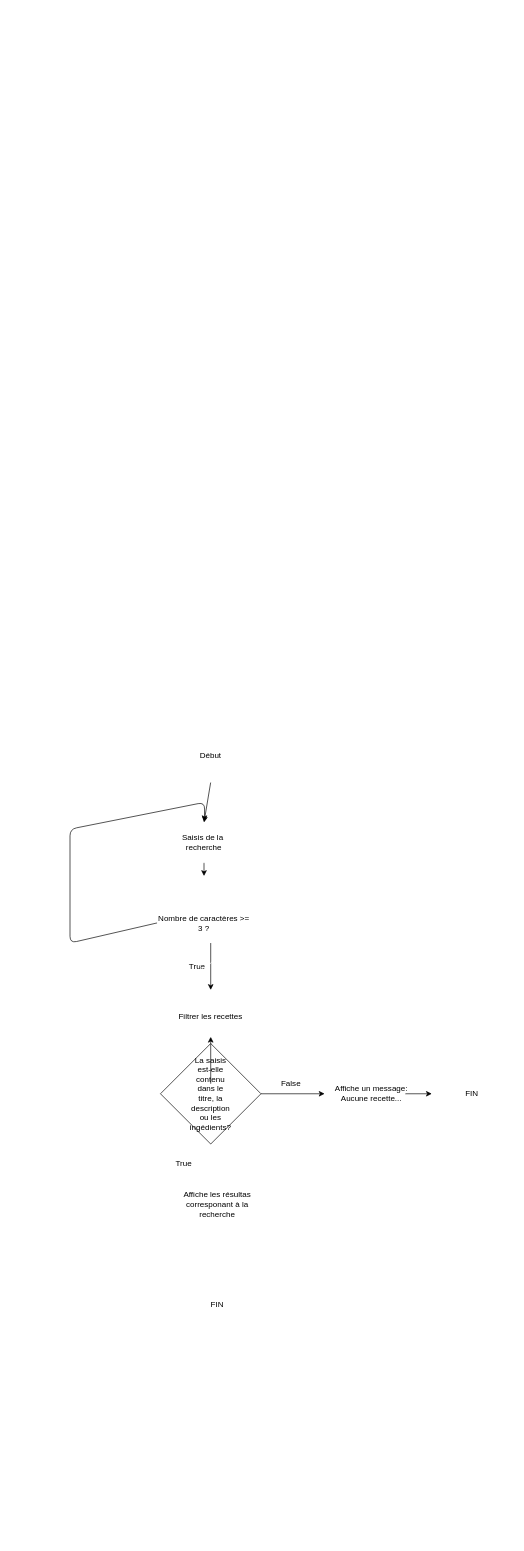
This is page "Annexe-fonctionnalité" (1 of 2) of classes.drawio from Emmanuel97423/les-petits-plats, a draw.io file, before an edit. Source tidied: cells renumbered, new cells numbered last; positions are measured from the earlier drawing's top-left corner, leaving out a move shared by most shapes. Both pictures are drawn from the tidied source at 67%, with x=0, y=0 at pixel (70, 728).
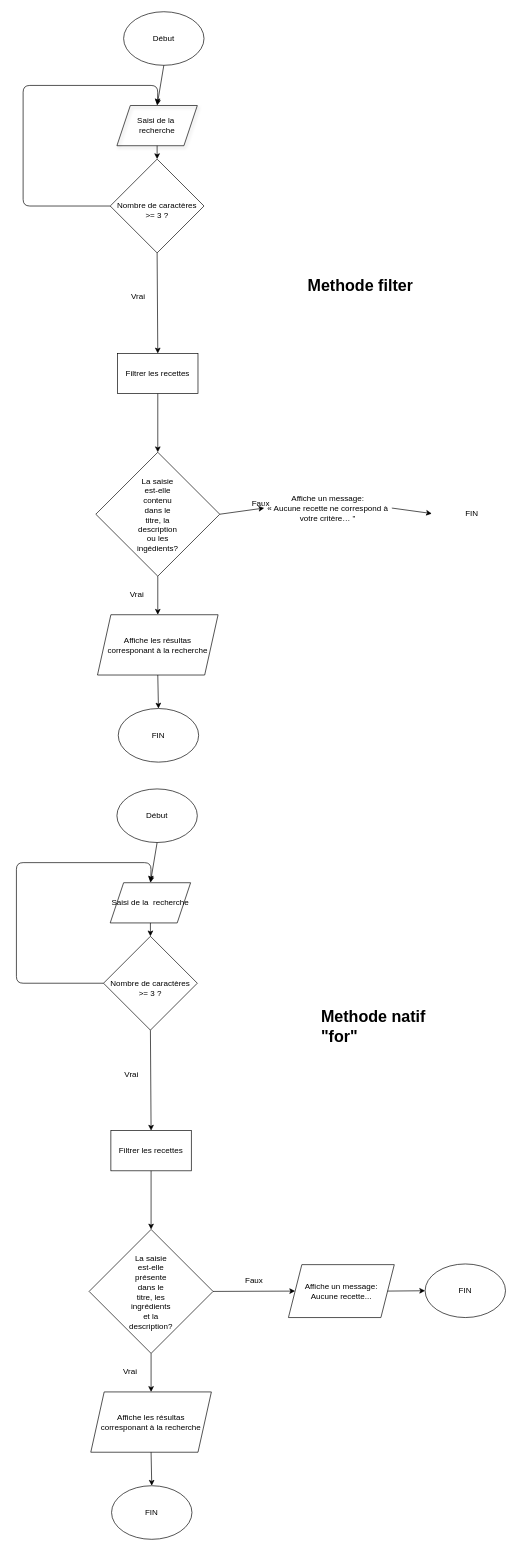
The same page after the edit.

What changed in the source:
```diff
@@
-    <mxCell id="2" style="edgeStyle=none;html=1;exitX=0.5;exitY=1;exitDx=0;exitDy=0;" parent="1" edge="1">
-      <mxGeometry relative="1" as="geometry">
-        <mxPoint x="210" y="320" as="sourcePoint" />
-        <mxPoint x="210" y="390" as="targetPoint" />
-      </mxGeometry>
-    </mxCell>
-    <mxCell id="3" style="edgeStyle=none;html=1;" parent="1" edge="1" source="4">
-      <mxGeometry relative="1" as="geometry">
-        <mxPoint x="380" y="545" as="targetPoint" />
-      </mxGeometry>
-    </mxCell>
+    <mxCell id="22" style="edgeStyle=none;html=1;exitX=1;exitY=0.5;exitDx=0;exitDy=0;entryX=0;entryY=0.5;entryDx=0;entryDy=0;fontSize=12;" parent="1" edge="1" source="4" target="20">
+      <mxGeometry relative="1" as="geometry" />
+    </mxCell>
+    <mxCell id="23" style="edgeStyle=none;html=1;exitX=0.5;exitY=1;exitDx=0;exitDy=0;entryX=0.5;entryY=0;entryDx=0;entryDy=0;fontSize=12;" parent="1" edge="1" source="4" target="17">
+      <mxGeometry relative="1" as="geometry" />
+    </mxCell>
     <mxCell id="4" style="rhombus;whiteSpace=wrap;html=1;fillColor=none;" parent="1" vertex="1">
-      <mxGeometry x="135" y="470" width="150" height="150" as="geometry" />
+      <mxGeometry x="38.5" y="-412.5" width="185" height="185" as="geometry" />
     </mxCell>
-    <mxCell id="5" style="edgeStyle=none;html=1;" parent="1" edge="1" source="6" target="16">
-      <mxGeometry relative="1" as="geometry" />
-    </mxCell>
-    <mxCell id="6" value="La saisis est-elle contenu dans le titre, la description ou les ingédients?" style="text;html=1;strokeColor=none;fillColor=none;align=center;verticalAlign=middle;whiteSpace=wrap;rounded=0;" parent="1" vertex="1">
-      <mxGeometry x="180" y="530" width="60" height="30" as="geometry" />
+    <mxCell id="6" value="La saisie est-elle contenu dans le titre, la description ou les ingédients?" style="text;html=1;strokeColor=none;fillColor=none;align=center;verticalAlign=middle;whiteSpace=wrap;rounded=0;" parent="1" vertex="1">
+      <mxGeometry x="101" y="-334" width="60" height="30" as="geometry" />
     </mxCell>
-    <mxCell id="7" value="True" style="text;html=1;strokeColor=none;fillColor=none;align=center;verticalAlign=middle;whiteSpace=wrap;rounded=0;" parent="1" vertex="1">
-      <mxGeometry x="160" y="340" width="60" height="30" as="geometry" />
+    <mxCell id="7" value="Vrai" style="text;html=1;strokeColor=none;fillColor=none;align=center;verticalAlign=middle;whiteSpace=wrap;rounded=0;" parent="1" vertex="1">
+      <mxGeometry x="72" y="-659" width="60" height="30" as="geometry" />
     </mxCell>
-    <mxCell id="8" value="False" style="text;html=1;strokeColor=none;fillColor=none;align=center;verticalAlign=middle;whiteSpace=wrap;rounded=0;" parent="1" vertex="1">
-      <mxGeometry x="300" y="515" width="60" height="30" as="geometry" />
+    <mxCell id="8" value="Faux" style="text;html=1;strokeColor=none;fillColor=none;align=center;verticalAlign=middle;whiteSpace=wrap;rounded=0;" parent="1" vertex="1">
+      <mxGeometry x="255" y="-351" width="60" height="30" as="geometry" />
     </mxCell>
-    <mxCell id="9" value="True" style="text;html=1;strokeColor=none;fillColor=none;align=center;verticalAlign=middle;whiteSpace=wrap;rounded=0;" parent="1" vertex="1">
-      <mxGeometry x="140" y="635" width="60" height="30" as="geometry" />
+    <mxCell id="9" value="Vrai" style="text;html=1;strokeColor=none;fillColor=none;align=center;verticalAlign=middle;whiteSpace=wrap;rounded=0;" parent="1" vertex="1">
+      <mxGeometry x="70" y="-215" width="60" height="30" as="geometry" />
     </mxCell>
@@
-    <mxCell id="11" value="&lt;span&gt;Saisis de la&amp;nbsp; recherche&lt;/span&gt;" style="shape=parallelogram;perimeter=parallelogramPerimeter;whiteSpace=wrap;html=1;fixedSize=1;strokeColor=#FFFFFF;fillColor=none;" parent="1" vertex="1">
-      <mxGeometry x="140" y="140" width="120" height="60" as="geometry" />
+    <mxCell id="11" value="&lt;span&gt;Saisi de la&amp;nbsp; &lt;br&gt;recherche&lt;/span&gt;" style="shape=parallelogram;perimeter=parallelogramPerimeter;whiteSpace=wrap;html=1;fixedSize=1;strokeColor=#000000;fillColor=none;shadow=1;" parent="1" vertex="1">
+      <mxGeometry x="70" y="-930" width="120" height="60" as="geometry" />
     </mxCell>
     <mxCell id="12" style="edgeStyle=none;html=1;exitX=0;exitY=0.5;exitDx=0;exitDy=0;entryX=0.505;entryY=-0.031;entryDx=0;entryDy=0;entryPerimeter=0;" parent="1" edge="1" source="13" target="11">
       <mxGeometry relative="1" as="geometry">
         <Array as="points">
-          <mxPoint y="320" />
-          <mxPoint y="150" />
-          <mxPoint x="201" y="110" />
+          <mxPoint x="-70" y="-780" />
+          <mxPoint x="-70" y="-960" />
+          <mxPoint x="131" y="-960" />
         </Array>
       </mxGeometry>
     </mxCell>
+    <mxCell id="24" style="edgeStyle=none;html=1;exitX=0.5;exitY=1;exitDx=0;exitDy=0;fontSize=12;entryX=0.5;entryY=0;entryDx=0;entryDy=0;" parent="1" edge="1" source="13" target="16">
+      <mxGeometry relative="1" as="geometry" />
+    </mxCell>
-    <mxCell id="13" value="&lt;span&gt;Nombre de caractères &amp;gt;= 3 ?&lt;/span&gt;" style="rhombus;whiteSpace=wrap;html=1;strokeColor=#FFFFFF;fillColor=none;" parent="1" vertex="1">
-      <mxGeometry x="130" y="220" width="140" height="140" as="geometry" />
+    <mxCell id="13" value="&lt;span&gt;&lt;font style=&quot;font-size: 12px&quot;&gt;&lt;br&gt;Nombre de caractères &lt;br&gt;&amp;gt;= 3 ?&lt;/font&gt;&lt;/span&gt;" style="rhombus;whiteSpace=wrap;html=1;strokeColor=#000000;fillColor=none;" parent="1" vertex="1">
+      <mxGeometry x="60" y="-850" width="140" height="140" as="geometry" />
     </mxCell>
     <mxCell id="14" style="edgeStyle=none;html=1;exitX=0.5;exitY=1;exitDx=0;exitDy=0;" parent="1" edge="1" source="15" target="11">
       <mxGeometry relative="1" as="geometry">
         <Array as="points">
-          <mxPoint x="200" y="140" />
+          <mxPoint x="130" y="-930" />
         </Array>
       </mxGeometry>
     </mxCell>
-    <mxCell id="15" value="Début" style="ellipse;whiteSpace=wrap;html=1;strokeColor=#FFFFFF;fillColor=none;" parent="1" vertex="1">
-      <mxGeometry x="150" width="120" height="80" as="geometry" />
+    <mxCell id="15" value="Début" style="ellipse;whiteSpace=wrap;html=1;strokeColor=#000000;fillColor=none;" parent="1" vertex="1">
+      <mxGeometry x="80" y="-1070" width="120" height="80" as="geometry" />
     </mxCell>
+    <mxCell id="25" style="edgeStyle=none;html=1;exitX=0.5;exitY=1;exitDx=0;exitDy=0;fontSize=12;" parent="1" edge="1" source="16" target="4">
+      <mxGeometry relative="1" as="geometry" />
+    </mxCell>
-    <mxCell id="16" value="Filtrer les recettes" style="rounded=0;whiteSpace=wrap;html=1;strokeColor=#FFFFFF;fillColor=none;" parent="1" vertex="1">
-      <mxGeometry x="150" y="400" width="120" height="60" as="geometry" />
+    <mxCell id="16" value="Filtrer les recettes" style="rounded=0;whiteSpace=wrap;html=1;strokeColor=#000000;fillColor=none;" parent="1" vertex="1">
+      <mxGeometry x="71" y="-560" width="120" height="60" as="geometry" />
     </mxCell>
+    <mxCell id="26" style="edgeStyle=none;html=1;exitX=0.5;exitY=1;exitDx=0;exitDy=0;entryX=0.5;entryY=0;entryDx=0;entryDy=0;fontSize=12;" parent="1" edge="1" source="17" target="18">
+      <mxGeometry relative="1" as="geometry" />
+    </mxCell>
-    <mxCell id="17" value="Affiche les résultas corresponant à la recherche" style="shape=parallelogram;perimeter=parallelogramPerimeter;whiteSpace=wrap;html=1;fixedSize=1;strokeColor=#FFFFFF;fillColor=none;" parent="1" vertex="1">
-      <mxGeometry x="160" y="680" width="120" height="60" as="geometry" />
+    <mxCell id="17" value="Affiche les résultas &lt;br&gt;corresponant à la recherche" style="shape=parallelogram;perimeter=parallelogramPerimeter;whiteSpace=wrap;html=1;fixedSize=1;strokeColor=#000000;fillColor=none;" parent="1" vertex="1">
+      <mxGeometry x="41" y="-170" width="180" height="90" as="geometry" />
     </mxCell>
-    <mxCell id="18" value="FIN" style="ellipse;whiteSpace=wrap;html=1;strokeColor=#FFFFFF;fillColor=none;" parent="1" vertex="1">
-      <mxGeometry x="160" y="820" width="120" height="80" as="geometry" />
+    <mxCell id="18" value="FIN" style="ellipse;whiteSpace=wrap;html=1;strokeColor=#000000;fillColor=none;" parent="1" vertex="1">
+      <mxGeometry x="72" y="-30" width="120" height="80" as="geometry" />
     </mxCell>
@@
-    <mxCell id="20" value="Affiche un message:&lt;br&gt;Aucune recette..." style="shape=parallelogram;perimeter=parallelogramPerimeter;whiteSpace=wrap;html=1;fixedSize=1;strokeColor=#FFFFFF;fillColor=none;" parent="1" vertex="1">
-      <mxGeometry x="390" y="515" width="120" height="60" as="geometry" />
+    <mxCell id="20" value="Affiche un message:&lt;br&gt;« Aucune recette ne correspond à votre critère… &quot;" style="shape=parallelogram;perimeter=parallelogramPerimeter;whiteSpace=wrap;html=1;fixedSize=1;strokeColor=#FFFFFF;fillColor=none;" parent="1" vertex="1">
+      <mxGeometry x="280" y="-377.5" width="210" height="96.5" as="geometry" />
     </mxCell>
     <mxCell id="21" value="FIN" style="ellipse;whiteSpace=wrap;html=1;strokeColor=#FFFFFF;fillColor=none;" parent="1" vertex="1">
-      <mxGeometry x="540" y="505" width="120" height="80" as="geometry" />
+      <mxGeometry x="540" y="-361" width="120" height="80" as="geometry" />
     </mxCell>
+    <mxCell id="27" style="edgeStyle=none;html=1;exitX=1;exitY=0.5;exitDx=0;exitDy=0;entryX=0;entryY=0.5;entryDx=0;entryDy=0;fontSize=12;" parent="1" edge="1" source="29" target="47">
+      <mxGeometry relative="1" as="geometry" />
+    </mxCell>
+    <mxCell id="28" style="edgeStyle=none;html=1;exitX=0.5;exitY=1;exitDx=0;exitDy=0;entryX=0.5;entryY=0;entryDx=0;entryDy=0;fontSize=12;" parent="1" edge="1" source="29" target="44">
+      <mxGeometry relative="1" as="geometry" />
+    </mxCell>
+    <mxCell id="29" style="rhombus;whiteSpace=wrap;html=1;fillColor=none;strokeColor=#000000;" parent="1" vertex="1">
+      <mxGeometry x="28.5" y="747.5" width="185" height="185" as="geometry" />
+    </mxCell>
+    <mxCell id="30" value="La saisie est-elle présente dans le titre, les ingrédients et la description?" style="text;html=1;strokeColor=none;fillColor=none;align=center;verticalAlign=middle;whiteSpace=wrap;rounded=0;" parent="1" vertex="1">
+      <mxGeometry x="91" y="826" width="60" height="30" as="geometry" />
+    </mxCell>
+    <mxCell id="31" value="Vrai" style="text;html=1;strokeColor=none;fillColor=none;align=center;verticalAlign=middle;whiteSpace=wrap;rounded=0;" parent="1" vertex="1">
+      <mxGeometry x="62" y="501" width="60" height="30" as="geometry" />
+    </mxCell>
+    <mxCell id="32" value="Faux" style="text;html=1;strokeColor=none;fillColor=none;align=center;verticalAlign=middle;whiteSpace=wrap;rounded=0;" parent="1" vertex="1">
+      <mxGeometry x="245" y="809" width="60" height="30" as="geometry" />
+    </mxCell>
+    <mxCell id="33" value="Vrai" style="text;html=1;strokeColor=none;fillColor=none;align=center;verticalAlign=middle;whiteSpace=wrap;rounded=0;" parent="1" vertex="1">
+      <mxGeometry x="60" y="945" width="60" height="30" as="geometry" />
+    </mxCell>
+    <mxCell id="34" style="edgeStyle=none;html=1;exitX=0.5;exitY=1;exitDx=0;exitDy=0;" parent="1" edge="1" source="35" target="38">
+      <mxGeometry relative="1" as="geometry" />
+    </mxCell>
+    <mxCell id="35" value="&lt;span&gt;Saisi de la&amp;nbsp; recherche&lt;/span&gt;" style="shape=parallelogram;perimeter=parallelogramPerimeter;whiteSpace=wrap;html=1;fixedSize=1;strokeColor=#000000;fillColor=none;" parent="1" vertex="1">
+      <mxGeometry x="60" y="230" width="120" height="60" as="geometry" />
+    </mxCell>
+    <mxCell id="36" style="edgeStyle=none;html=1;exitX=0;exitY=0.5;exitDx=0;exitDy=0;entryX=0.505;entryY=-0.031;entryDx=0;entryDy=0;entryPerimeter=0;" parent="1" edge="1" source="38" target="35">
+      <mxGeometry relative="1" as="geometry">
+        <Array as="points">
+          <mxPoint x="-80" y="380" />
+          <mxPoint x="-80" y="200" />
+          <mxPoint x="121" y="200" />
+        </Array>
+      </mxGeometry>
+    </mxCell>
+    <mxCell id="37" style="edgeStyle=none;html=1;exitX=0.5;exitY=1;exitDx=0;exitDy=0;fontSize=12;entryX=0.5;entryY=0;entryDx=0;entryDy=0;" parent="1" edge="1" source="38" target="42">
+      <mxGeometry relative="1" as="geometry" />
+    </mxCell>
+    <mxCell id="38" value="&lt;span&gt;&lt;font style=&quot;font-size: 12px&quot;&gt;&lt;br&gt;Nombre de caractères &lt;br&gt;&amp;gt;= 3 ?&lt;/font&gt;&lt;/span&gt;" style="rhombus;whiteSpace=wrap;html=1;strokeColor=#000000;fillColor=none;" parent="1" vertex="1">
+      <mxGeometry x="50" y="310" width="140" height="140" as="geometry" />
+    </mxCell>
+    <mxCell id="39" style="edgeStyle=none;html=1;exitX=0.5;exitY=1;exitDx=0;exitDy=0;" parent="1" edge="1" source="40" target="35">
+      <mxGeometry relative="1" as="geometry">
+        <Array as="points">
+          <mxPoint x="120" y="230" />
+        </Array>
+      </mxGeometry>
+    </mxCell>
+    <mxCell id="40" value="Début" style="ellipse;whiteSpace=wrap;html=1;strokeColor=#000000;fillColor=none;" parent="1" vertex="1">
+      <mxGeometry x="70" y="90" width="120" height="80" as="geometry" />
+    </mxCell>
+    <mxCell id="41" style="edgeStyle=none;html=1;exitX=0.5;exitY=1;exitDx=0;exitDy=0;fontSize=12;" parent="1" edge="1" source="42" target="29">
+      <mxGeometry relative="1" as="geometry" />
+    </mxCell>
+    <mxCell id="42" value="Filtrer les recettes" style="rounded=0;whiteSpace=wrap;html=1;strokeColor=#000000;fillColor=none;" parent="1" vertex="1">
+      <mxGeometry x="61" y="600" width="120" height="60" as="geometry" />
+    </mxCell>
+    <mxCell id="43" style="edgeStyle=none;html=1;exitX=0.5;exitY=1;exitDx=0;exitDy=0;entryX=0.5;entryY=0;entryDx=0;entryDy=0;fontSize=12;" parent="1" edge="1" source="44" target="45">
+      <mxGeometry relative="1" as="geometry" />
+    </mxCell>
+    <mxCell id="44" value="Affiche les résultas &lt;br&gt;corresponant à la recherche" style="shape=parallelogram;perimeter=parallelogramPerimeter;whiteSpace=wrap;html=1;fixedSize=1;strokeColor=#000000;fillColor=none;" parent="1" vertex="1">
+      <mxGeometry x="31" y="990" width="180" height="90" as="geometry" />
+    </mxCell>
+    <mxCell id="45" value="FIN" style="ellipse;whiteSpace=wrap;html=1;strokeColor=#000000;fillColor=none;" parent="1" vertex="1">
+      <mxGeometry x="62" y="1130" width="120" height="80" as="geometry" />
+    </mxCell>
+    <mxCell id="46" style="edgeStyle=none;html=1;exitX=1;exitY=0.5;exitDx=0;exitDy=0;entryX=0;entryY=0.5;entryDx=0;entryDy=0;" parent="1" edge="1" source="47" target="48">
+      <mxGeometry relative="1" as="geometry" />
+    </mxCell>
+    <mxCell id="47" value="Affiche un message:&lt;br&gt;Aucune recette..." style="shape=parallelogram;perimeter=parallelogramPerimeter;whiteSpace=wrap;html=1;fixedSize=1;strokeColor=#000000;fillColor=none;" parent="1" vertex="1">
+      <mxGeometry x="326" y="800" width="158" height="79" as="geometry" />
+    </mxCell>
+    <mxCell id="48" value="FIN" style="ellipse;whiteSpace=wrap;html=1;strokeColor=#000000;fillColor=none;" parent="1" vertex="1">
+      <mxGeometry x="530" y="799" width="120" height="80" as="geometry" />
+    </mxCell>
+    <mxCell id="49" value="&lt;h1&gt;Methode filter&lt;/h1&gt;" style="text;html=1;strokeColor=none;fillColor=none;spacing=5;spacingTop=-20;whiteSpace=wrap;overflow=hidden;rounded=0;shadow=1;fontSize=12;" parent="1" vertex="1">
+      <mxGeometry x="350" y="-680" width="190" height="120" as="geometry" />
+    </mxCell>
+    <mxCell id="50" value="&lt;h1&gt;Methode natif &quot;for&quot;&lt;/h1&gt;" style="text;html=1;strokeColor=none;fillColor=none;spacing=5;spacingTop=-20;whiteSpace=wrap;overflow=hidden;rounded=0;shadow=1;fontSize=12;" parent="1" vertex="1">
+      <mxGeometry x="370" y="411" width="190" height="120" as="geometry" />
+    </mxCell>
```
